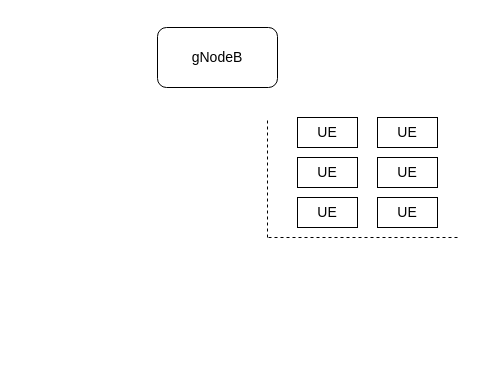
108703054nccu/Edge_Computing_Schedule keeps this draw.io diagram as Edge_Internet_Structure.drawio. Above is the earlier version. Source tidied: cells renumbered, new cells numbered last; positions are measured from the earlier drawing's top-left corner, leaving out a move shared by most shapes. Both pictures are drawn from the tidied source at 100%, with x=0, y=0 at pixel (157, 27).
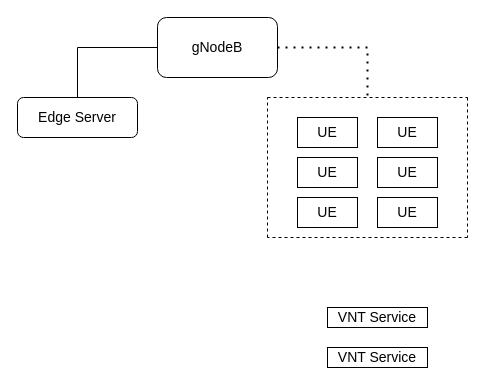
The same diagram, later.

What changed in the source:
```diff
@@
     <mxCell id="8" value="gNodeB" style="rounded=1;whiteSpace=wrap;html=1;fontSize=14;" parent="1" vertex="1">
-      <mxGeometry width="120" height="60" as="geometry" />
+      <mxGeometry y="-10" width="120" height="60" as="geometry" />
     </mxCell>
     <mxCell id="9" style="endArrow=none;dashed=1;html=1;rounded=0;fontSize=14;" parent="1" edge="1">
       <mxGeometry relative="1" as="geometry">
         <mxPoint x="110" y="210" as="sourcePoint" />
-        <mxPoint x="110" y="90" as="targetPoint" />
+        <mxPoint x="110" y="70" as="targetPoint" />
       </mxGeometry>
     </mxCell>
     <mxCell id="10" style="endArrow=none;dashed=1;html=1;rounded=0;fontSize=14;" parent="1" edge="1">
       <mxGeometry relative="1" as="geometry">
-        <mxPoint x="300" y="210" as="sourcePoint" />
+        <mxPoint x="310" y="210" as="sourcePoint" />
         <mxPoint x="110" y="210" as="targetPoint" />
       </mxGeometry>
     </mxCell>
+    <mxCell id="11" style="endArrow=none;dashed=1;html=1;rounded=0;fontSize=14;" parent="1" edge="1">
+      <mxGeometry relative="1" as="geometry">
+        <mxPoint x="110" y="70" as="sourcePoint" />
+        <mxPoint x="310" y="70" as="targetPoint" />
+      </mxGeometry>
+    </mxCell>
+    <mxCell id="12" style="endArrow=none;dashed=1;html=1;rounded=0;fontSize=14;" parent="1" edge="1">
+      <mxGeometry relative="1" as="geometry">
+        <mxPoint x="310" y="70" as="sourcePoint" />
+        <mxPoint x="310" y="210" as="targetPoint" />
+      </mxGeometry>
+    </mxCell>
+    <mxCell id="13" style="endArrow=none;dashed=1;html=1;dashPattern=1 3;strokeWidth=2;rounded=0;fontSize=14;exitX=1;exitY=0.5;exitDx=0;exitDy=0;" parent="1" edge="1" source="8">
+      <mxGeometry relative="1" as="geometry">
+        <mxPoint x="210" y="70" as="targetPoint" />
+        <Array as="points">
+          <mxPoint x="210" y="20" />
+          <mxPoint x="210" y="30" />
+        </Array>
+      </mxGeometry>
+    </mxCell>
+    <mxCell id="14" style="endArrow=none;html=1;rounded=0;fontSize=14;exitX=0;exitY=0.5;exitDx=0;exitDy=0;" parent="1" edge="1" source="8" target="15">
+      <mxGeometry relative="1" as="geometry">
+        <Array as="points">
+          <mxPoint x="-80" y="20" />
+        </Array>
+      </mxGeometry>
+    </mxCell>
+    <mxCell id="15" value="Edge Server" style="rounded=1;whiteSpace=wrap;html=1;fontSize=14;" parent="1" vertex="1">
+      <mxGeometry x="-140" y="70" width="120" height="40" as="geometry" />
+    </mxCell>
+    <mxCell id="16" value="VNT Service&lt;br&gt;" style="rounded=0;whiteSpace=wrap;html=1;fontSize=14;" parent="1" vertex="1">
+      <mxGeometry x="170" y="280" width="100" height="20" as="geometry" />
+    </mxCell>
+    <mxCell id="17" value="VNT Service&lt;br&gt;" style="rounded=0;whiteSpace=wrap;html=1;fontSize=14;" parent="1" vertex="1">
+      <mxGeometry x="170" y="320" width="100" height="20" as="geometry" />
+    </mxCell>
```
